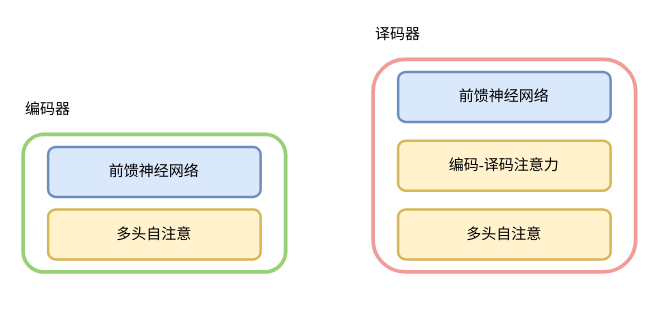
Before: 未命名绘图.drawio in balllightnings/balllightnings.github.io, a draw.io diagram. Source tidied: cells renumbered, new cells numbered last; positions are measured from the earlier drawing's top-left corner, leaving out a move shared by most shapes. Both pictures are drawn from the tidied source at 125%, with x=0, y=0 at pixel (22, 21).
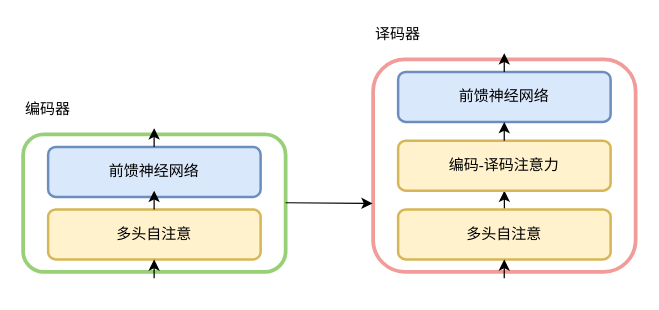
The same diagram, later.

Commit message (it also covers changes not shown here):
更新未命名绘图.drawio

Unchanged cells that the change refers to:
```xml
<mxCell id="5" style="rounded=1;whiteSpace=wrap;html=1;strokeWidth=3;strokeColor=#F19C99;" parent="1" vertex="1">
  <mxGeometry x="280" y="30" width="210" height="170" as="geometry" />
</mxCell>
<mxCell id="7" value="多头自注意" style="rounded=1;whiteSpace=wrap;html=1;strokeWidth=2;fillColor=#fff2cc;strokeColor=#d6b656;" parent="1" vertex="1">
  <mxGeometry x="300" y="150" width="170" height="40" as="geometry" />
</mxCell>
<mxCell id="8" value="&lt;font style=&quot;font-size: 12px&quot;&gt;&lt;span&gt;编码&lt;/span&gt;&lt;span style=&quot;font-family: &amp;#34;times new roman&amp;#34; , serif&quot; lang=&quot;EN-US&quot;&gt;-&lt;/span&gt;&lt;span&gt;译码注意力&lt;/span&gt;&lt;/font&gt;" style="rounded=1;whiteSpace=wrap;html=1;strokeWidth=2;fillColor=#fff2cc;strokeColor=#d6b656;" parent="1" vertex="1">
  <mxGeometry x="300" y="95" width="170" height="40" as="geometry" />
</mxCell>
```

The edit, as a diff of the source:
```diff
@@
+    <mxCell id="11" style="edgeStyle=orthogonalEdgeStyle;rounded=0;jettySize=auto;html=1;entryX=0.5;entryY=1;entryDx=0;entryDy=0;" parent="1" edge="1" source="7" target="8">
+      <mxGeometry relative="1" as="geometry" />
+    </mxCell>
@@
+    <mxCell id="12" style="endArrow=classic;html=1;entryX=-0.002;entryY=0.678;entryDx=0;entryDy=0;entryPerimeter=0;" parent="1" edge="1" target="5">
+      <mxGeometry relative="1" as="geometry">
+        <mxPoint x="210" y="144.7" as="sourcePoint" />
+      </mxGeometry>
+    </mxCell>
+    <mxCell id="13" style="edgeStyle=orthogonalEdgeStyle;rounded=0;orthogonalLoop=1;jettySize=auto;html=1;entryX=0.5;entryY=1;entryDx=0;entryDy=0;" parent="1" edge="1">
+      <mxGeometry relative="1" as="geometry">
+        <mxPoint x="384.9" y="95" as="sourcePoint" />
+        <mxPoint x="384.9" y="80" as="targetPoint" />
+      </mxGeometry>
+    </mxCell>
+    <mxCell id="14" style="edgeStyle=orthogonalEdgeStyle;rounded=0;orthogonalLoop=1;jettySize=auto;html=1;entryX=0.5;entryY=1;entryDx=0;entryDy=0;" parent="1" edge="1">
+      <mxGeometry relative="1" as="geometry">
+        <mxPoint x="384.9" y="205" as="sourcePoint" />
+        <mxPoint x="384.9" y="190" as="targetPoint" />
+      </mxGeometry>
+    </mxCell>
+    <mxCell id="15" style="edgeStyle=orthogonalEdgeStyle;rounded=0;orthogonalLoop=1;jettySize=auto;html=1;entryX=0.5;entryY=1;entryDx=0;entryDy=0;" parent="1" edge="1">
+      <mxGeometry relative="1" as="geometry">
+        <mxPoint x="384.9" y="40" as="sourcePoint" />
+        <mxPoint x="384.9" y="25" as="targetPoint" />
+      </mxGeometry>
+    </mxCell>
+    <mxCell id="16" style="edgeStyle=orthogonalEdgeStyle;rounded=0;orthogonalLoop=1;jettySize=auto;html=1;entryX=0.5;entryY=1;entryDx=0;entryDy=0;" parent="1" edge="1">
+      <mxGeometry relative="1" as="geometry">
+        <mxPoint x="104.8" y="205" as="sourcePoint" />
+        <mxPoint x="104.8" y="190" as="targetPoint" />
+      </mxGeometry>
+    </mxCell>
+    <mxCell id="17" style="edgeStyle=orthogonalEdgeStyle;rounded=0;orthogonalLoop=1;jettySize=auto;html=1;entryX=0.5;entryY=1;entryDx=0;entryDy=0;" parent="1" edge="1">
+      <mxGeometry relative="1" as="geometry">
+        <mxPoint x="104.8" y="150" as="sourcePoint" />
+        <mxPoint x="104.8" y="135" as="targetPoint" />
+      </mxGeometry>
+    </mxCell>
+    <mxCell id="18" style="edgeStyle=orthogonalEdgeStyle;rounded=0;orthogonalLoop=1;jettySize=auto;html=1;entryX=0.5;entryY=1;entryDx=0;entryDy=0;" parent="1" edge="1">
+      <mxGeometry relative="1" as="geometry">
+        <mxPoint x="104.8" y="100" as="sourcePoint" />
+        <mxPoint x="104.8" y="85" as="targetPoint" />
+      </mxGeometry>
+    </mxCell>
```
